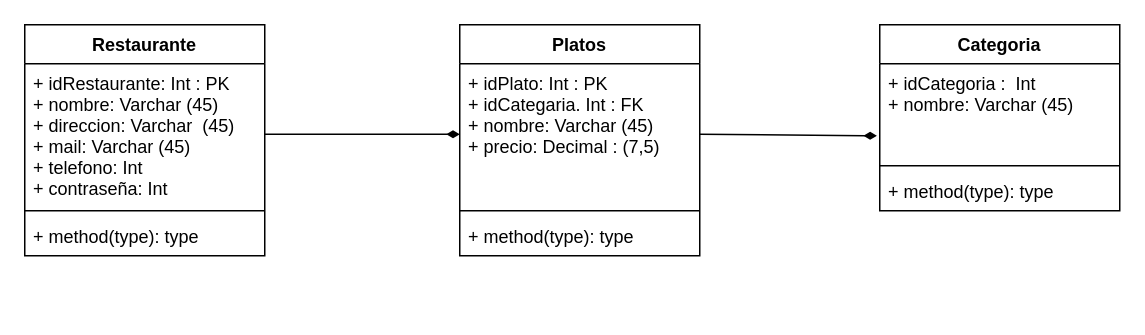
Above: DiagramaMvcResto/Diagrama.dio in alex171615/MVCResto-1 (draw.io), before the change. Source tidied: cells renumbered, new cells numbered last; positions are measured from the earlier drawing's top-left corner, leaving out a move shared by most shapes. Both pictures are drawn from the tidied source at 150%, with x=0, y=0 at pixel (24, 24).
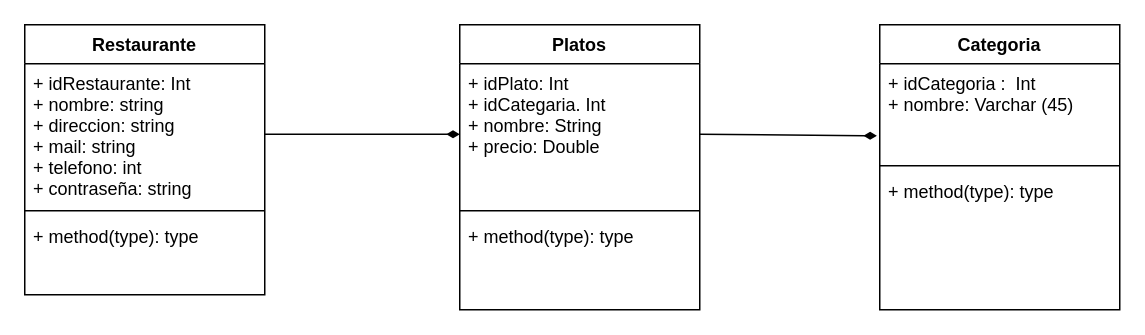
Above is the later version.

Commit message (it also covers changes not shown here):
Avance sql

The edit, as a diff of the source:
```diff
@@
 <mxGraphModel>
   <root>
     <mxCell id="0" />
     <mxCell id="1" parent="0" />
     <mxCell id="2" value="Platos" style="swimlane;fontStyle=1;align=center;verticalAlign=top;horizontal=1;startSize=26;" parent="1" vertex="1">
-      <mxGeometry x="290" width="160" height="154" as="geometry" />
+      <mxGeometry x="290" width="160" height="190" as="geometry" />
     </mxCell>
-    <mxCell id="3" value="+ idPlato: Int : PK&#10;+ idCategaria. Int : FK&#10;+ nombre: Varchar (45)&#10;+ precio: Decimal : (7,5)&#10;" style="text;strokeColor=none;fillColor=none;align=left;verticalAlign=top;spacingLeft=4;spacingRight=4;overflow=hidden;points=[[0,0.5],[1,0.5]];portConstraint=eastwest;" parent="2" vertex="1">
+    <mxCell id="3" value="+ idPlato: Int &#10;+ idCategaria. Int &#10;+ nombre: String&#10;+ precio: Double&#10;" style="text;strokeColor=none;fillColor=none;align=left;verticalAlign=top;spacingLeft=4;spacingRight=4;overflow=hidden;points=[[0,0.5],[1,0.5]];portConstraint=eastwest;" parent="2" vertex="1">
       <mxGeometry y="26" width="160" height="94" as="geometry" />
     </mxCell>
     <mxCell id="4" style="line;strokeWidth=1;fillColor=none;align=left;verticalAlign=middle;spacingTop=-1;spacingLeft=3;spacingRight=3;labelPosition=right;" parent="2" vertex="1">
       <mxGeometry y="120" width="160" height="8" as="geometry" />
     </mxCell>
     <mxCell id="5" value="+ method(type): type" style="text;strokeColor=none;fillColor=none;align=left;verticalAlign=top;spacingLeft=4;spacingRight=4;overflow=hidden;" parent="2" vertex="1">
-      <mxGeometry y="128" width="160" height="26" as="geometry" />
+      <mxGeometry y="128" width="160" height="62" as="geometry" />
     </mxCell>
     <mxCell id="6" value="Categoria" style="swimlane;fontStyle=1;align=center;verticalAlign=top;horizontal=1;startSize=26;" parent="1" vertex="1">
-      <mxGeometry x="570" width="160" height="124" as="geometry" />
+      <mxGeometry x="570" width="160" height="190" as="geometry" />
     </mxCell>
     <mxCell id="7" value="+ idCategoria :  Int&#10;+ nombre: Varchar (45)" style="text;strokeColor=none;fillColor=none;align=left;verticalAlign=top;spacingLeft=4;spacingRight=4;overflow=hidden;points=[[0,0.5],[1,0.5]];portConstraint=eastwest;" parent="6" vertex="1">
       <mxGeometry y="26" width="160" height="64" as="geometry" />
     </mxCell>
     <mxCell id="8" style="line;strokeWidth=1;fillColor=none;align=left;verticalAlign=middle;spacingTop=-1;spacingLeft=3;spacingRight=3;labelPosition=right;" parent="6" vertex="1">
       <mxGeometry y="90" width="160" height="8" as="geometry" />
     </mxCell>
     <mxCell id="9" value="+ method(type): type" style="text;strokeColor=none;fillColor=none;align=left;verticalAlign=top;spacingLeft=4;spacingRight=4;overflow=hidden;" parent="6" vertex="1">
-      <mxGeometry y="98" width="160" height="26" as="geometry" />
+      <mxGeometry y="98" width="160" height="92" as="geometry" />
     </mxCell>
     <mxCell id="10" value="Restaurante" style="swimlane;fontStyle=1;align=center;verticalAlign=top;horizontal=1;startSize=26;" parent="1" vertex="1">
-      <mxGeometry width="160" height="154" as="geometry" />
+      <mxGeometry width="160" height="180" as="geometry" />
     </mxCell>
-    <mxCell id="11" value="+ idRestaurante: Int : PK&#10;+ nombre: Varchar (45)&#10;+ direccion: Varchar  (45)&#10;+ mail: Varchar (45)&#10;+ telefono: Int&#10;+ contraseña: Int&#10;" style="text;strokeColor=none;fillColor=none;align=left;verticalAlign=top;spacingLeft=4;spacingRight=4;overflow=hidden;points=[[0,0.5],[1,0.5]];portConstraint=eastwest;" parent="10" vertex="1">
+    <mxCell id="11" value="+ idRestaurante: Int &#10;+ nombre: string&#10;+ direccion: string&#10;+ mail: string&#10;+ telefono: int&#10;+ contraseña: string&#10;" style="text;strokeColor=none;fillColor=none;align=left;verticalAlign=top;spacingLeft=4;spacingRight=4;overflow=hidden;points=[[0,0.5],[1,0.5]];portConstraint=eastwest;" parent="10" vertex="1">
       <mxGeometry y="26" width="160" height="94" as="geometry" />
     </mxCell>
     <mxCell id="12" style="line;strokeWidth=1;fillColor=none;align=left;verticalAlign=middle;spacingTop=-1;spacingLeft=3;spacingRight=3;labelPosition=right;" parent="10" vertex="1">
       <mxGeometry y="120" width="160" height="8" as="geometry" />
     </mxCell>
     <mxCell id="13" value="+ method(type): type" style="text;strokeColor=none;fillColor=none;align=left;verticalAlign=top;spacingLeft=4;spacingRight=4;overflow=hidden;" parent="10" vertex="1">
-      <mxGeometry y="128" width="160" height="26" as="geometry" />
+      <mxGeometry y="128" width="160" height="52" as="geometry" />
     </mxCell>
     <mxCell id="14" style="edgeStyle=none;html=1;exitX=1;exitY=0.5;exitDx=0;exitDy=0;entryX=0;entryY=0.5;entryDx=0;entryDy=0;endArrow=diamondThin;endFill=1;" parent="1" edge="1" source="11" target="3">
       <mxGeometry relative="1" as="geometry" />
     </mxCell>
     <mxCell id="15" style="edgeStyle=none;html=1;exitX=1;exitY=0.5;exitDx=0;exitDy=0;entryX=-0.012;entryY=0.75;entryDx=0;entryDy=0;entryPerimeter=0;endArrow=diamondThin;endFill=1;" parent="1" edge="1" source="3" target="7">
       <mxGeometry relative="1" as="geometry" />
     </mxCell>
   </root>
 </mxGraphModel>
```
